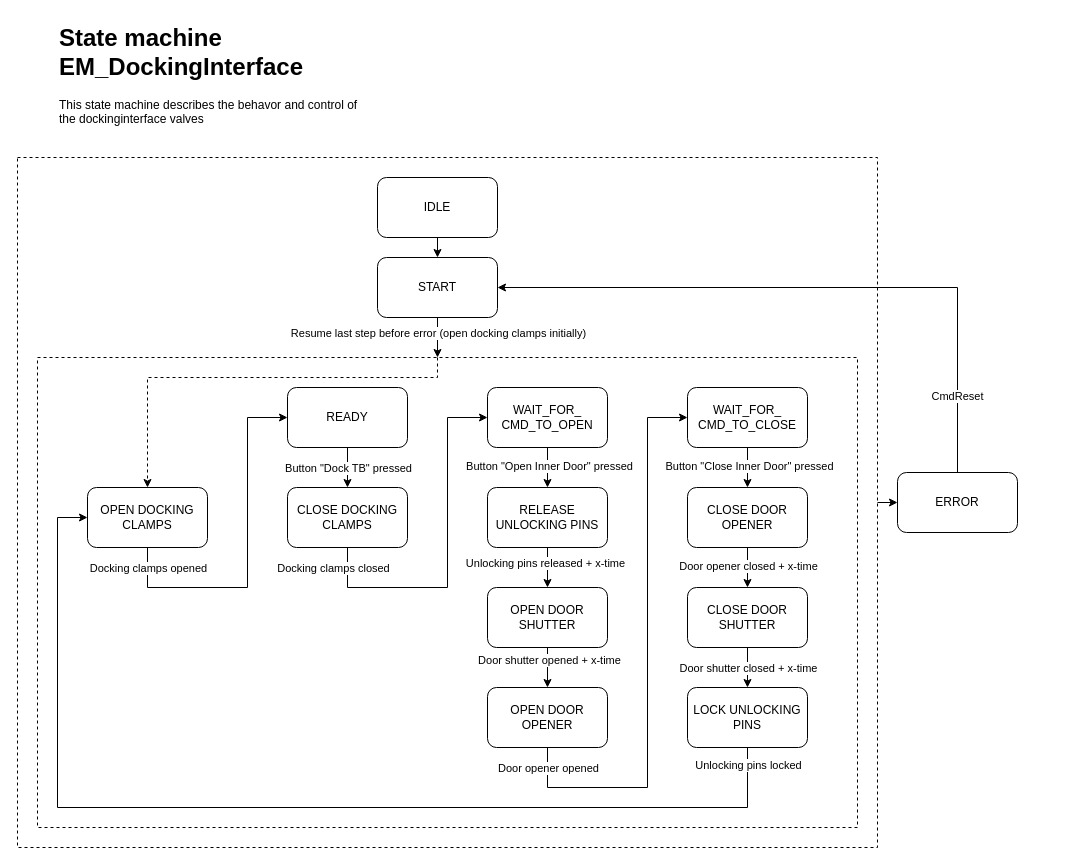
The draw.io diagram page "EM_DockingInterface" (6 of 6) of Documentation/StateMachine and Sequence Diagrams.drawio in KMWE/KMWE_CleanroomConnect, before the edit. Source tidied: cells renumbered, new cells numbered last; positions are measured from the earlier drawing's top-left corner, leaving out a move shared by most shapes. Both pictures are drawn from the tidied source at 100%, with x=0, y=0 at pixel (17, 17).
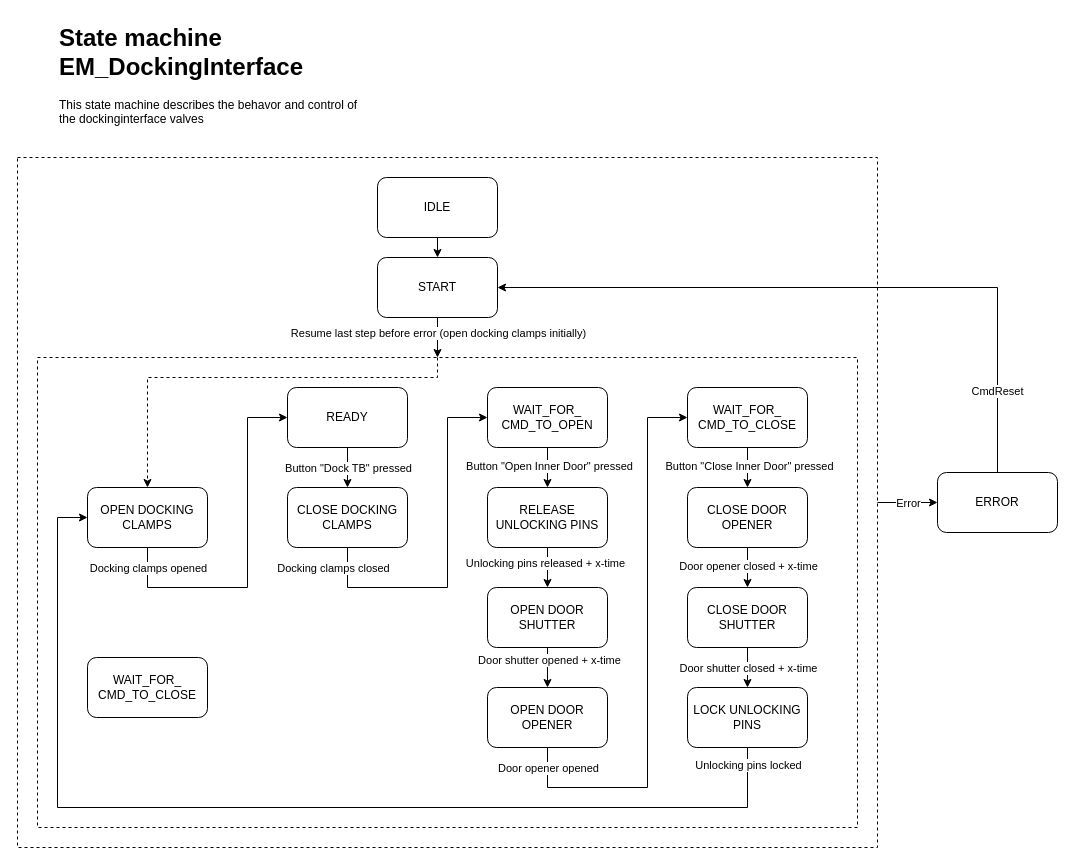
Above is the later version.

Unchanged cells that the change refers to:
```xml
<mxCell id="42" style="endArrow=classic;html=1;rounded=0;edgeStyle=orthogonalEdgeStyle;" parent="1" edge="1" source="3" target="41">
  <mxGeometry relative="1" as="geometry" />
</mxCell>
```

Diff of the diagram source:
```diff
@@
     <mxCell id="41" value="ERROR" style="rounded=1;whiteSpace=wrap;html=1;" parent="1" vertex="1">
-      <mxGeometry x="880" y="455" width="120" height="60" as="geometry" />
+      <mxGeometry x="920" y="455" width="120" height="60" as="geometry" />
     </mxCell>
@@
+    <mxCell id="48" value="Error" style="edgeLabel;html=1;align=center;verticalAlign=middle;" parent="42" vertex="1">
+      <mxGeometry x="-0.17" y="3" relative="1" as="geometry">
+        <mxPoint x="5" y="3" as="offset" />
+      </mxGeometry>
+    </mxCell>
@@
+    <mxCell id="49" value="WAIT_FOR_&lt;div&gt;CMD_TO_CLOSE&lt;/div&gt;" style="rounded=1;whiteSpace=wrap;html=1;" parent="1" vertex="1">
+      <mxGeometry x="70" y="640" width="120" height="60" as="geometry" />
+    </mxCell>
```
